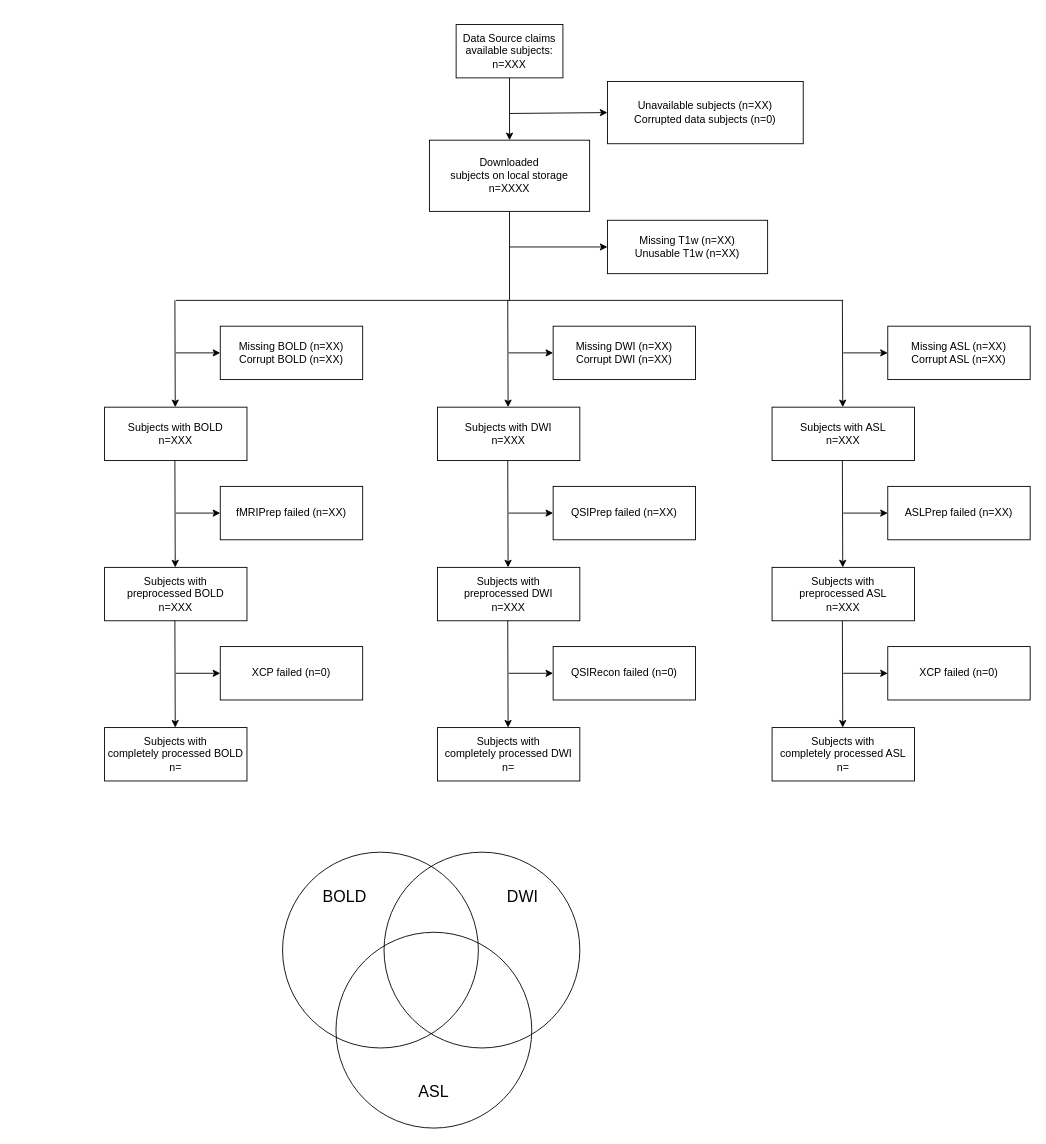
Earlier version of the draw.io diagram PennLINC/PNC_BIDS_Fix/pnc_participation.drawio (YumekaMengjiaLYU/RBC). Source tidied: cells renumbered, new cells numbered last; positions are measured from the earlier drawing's top-left corner, leaving out a move shared by most shapes. Both pictures are drawn from the tidied source at 89%, with x=0, y=0 at pixel (104, 24).
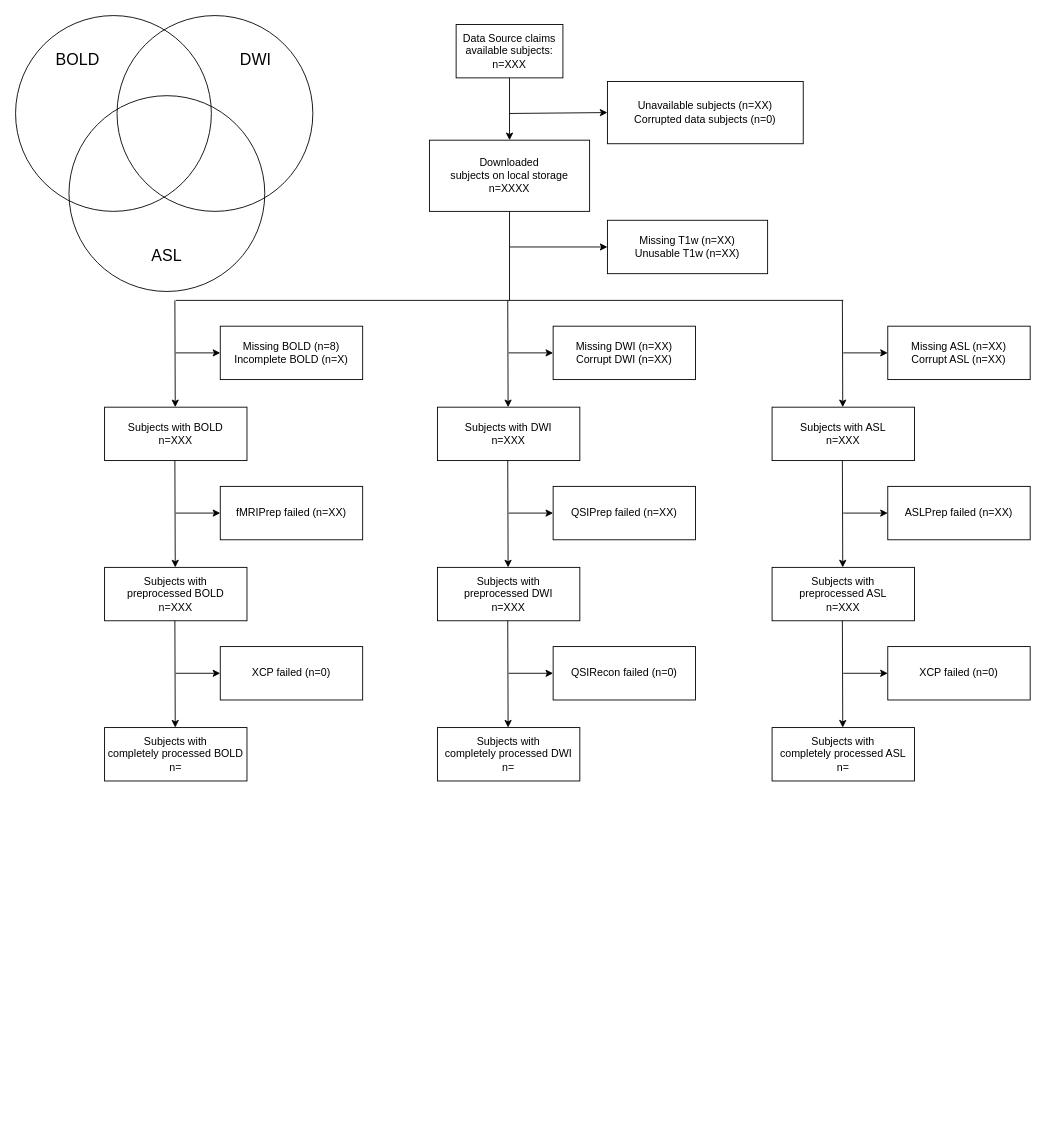
The same diagram, later.

What changed in the source:
```diff
@@
-    <mxCell id="14" value="&lt;div&gt;Missing BOLD (n=XX)&lt;/div&gt;Corrupt BOLD (n=XX)" style="rounded=0;whiteSpace=wrap;html=1;" parent="1" vertex="1">
+    <mxCell id="14" value="&lt;div&gt;Missing BOLD (n=8)&lt;/div&gt;Incomplete BOLD (n=X)" style="rounded=0;whiteSpace=wrap;html=1;" parent="1" vertex="1">
       <mxGeometry x="130" y="339" width="160" height="60" as="geometry" />
     </mxCell>
@@
     <mxCell id="47" style="ellipse;whiteSpace=wrap;html=1;fillColor=none;" parent="1" vertex="1">
-      <mxGeometry x="200" y="930" width="220" height="220" as="geometry" />
+      <mxGeometry x="-100" y="-10" width="220" height="220" as="geometry" />
     </mxCell>
     <mxCell id="48" style="ellipse;whiteSpace=wrap;html=1;fillColor=none;" parent="1" vertex="1">
-      <mxGeometry x="314" y="930" width="220" height="220" as="geometry" />
+      <mxGeometry x="14" y="-10" width="220" height="220" as="geometry" />
     </mxCell>
     <mxCell id="49" style="ellipse;whiteSpace=wrap;html=1;fillColor=none;" parent="1" vertex="1">
-      <mxGeometry x="260" y="1020" width="220" height="220" as="geometry" />
+      <mxGeometry x="-40" y="80" width="220" height="220" as="geometry" />
     </mxCell>
     <mxCell id="50" value="&lt;font style=&quot;font-size: 18px&quot;&gt;BOLD&lt;/font&gt;" style="text;html=1;strokeColor=none;fillColor=none;align=center;verticalAlign=middle;whiteSpace=wrap;rounded=0;" parent="1" vertex="1">
-      <mxGeometry x="250" y="970" width="40" height="20" as="geometry" />
+      <mxGeometry x="-50" y="30" width="40" height="20" as="geometry" />
     </mxCell>
     <mxCell id="51" value="&lt;font style=&quot;font-size: 18px&quot;&gt;DWI&lt;/font&gt;" style="text;html=1;strokeColor=none;fillColor=none;align=center;verticalAlign=middle;whiteSpace=wrap;rounded=0;" parent="1" vertex="1">
-      <mxGeometry x="450" y="970" width="40" height="20" as="geometry" />
+      <mxGeometry x="150" y="30" width="40" height="20" as="geometry" />
     </mxCell>
     <mxCell id="52" value="&lt;font style=&quot;font-size: 18px&quot;&gt;ASL&lt;/font&gt;" style="text;html=1;strokeColor=none;fillColor=none;align=center;verticalAlign=middle;whiteSpace=wrap;rounded=0;" parent="1" vertex="1">
-      <mxGeometry x="350" y="1190" width="40" height="20" as="geometry" />
+      <mxGeometry x="50" y="250" width="40" height="20" as="geometry" />
     </mxCell>
```
